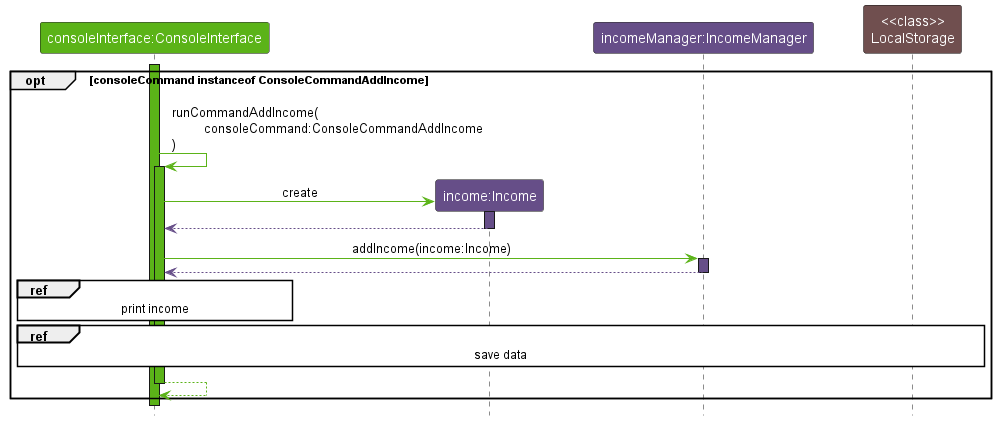
nus-cs2113-AY2223S1/tp keeps this PlantUML diagram as docs/images/ImplementationAddIncome.png. Above is the earlier version. The source it was exported from:
```plantuml
@startuml
!include https://raw.githubusercontent.com/xzynos/tp/branch-Webpage/docs/diagrams/Styles.puml

skinparam sequenceReferenceBackgroundColor #ffffff

Participant "consoleInterface:ConsoleInterface" as consoleInterface USER_INTERFACE_COLOR_1
Participant "income:Income" as income DATA_COLOR_4
Participant "incomeManager:IncomeManager" as incomeManager DATA_COLOR_4
Participant "<<class>>\nLocalStorage" as LocalStorage STORAGE_COLOR_1

activate consoleInterface USER_INTERFACE_COLOR_1

opt consoleCommand instanceof ConsoleCommandAddIncome
    consoleInterface -[USER_INTERFACE_COLOR_1]> consoleInterface : \lrunCommandAddIncome(\n\tconsoleCommand:ConsoleCommandAddIncome\n)
    activate consoleInterface USER_INTERFACE_COLOR_1

    create income

    consoleInterface -[USER_INTERFACE_COLOR_1]> income : create
    activate income DATA_COLOR_4

    income --[DATA_COLOR_4]> consoleInterface
    deactivate income

    consoleInterface -[USER_INTERFACE_COLOR_1]> incomeManager : addIncome(income:Income)
    activate incomeManager DATA_COLOR_4

    incomeManager --[DATA_COLOR_4]> consoleInterface
    deactivate incomeManager

    ref over consoleInterface: print income

    ref over consoleInterface, incomeManager, LocalStorage: save data

    consoleInterface --[USER_INTERFACE_COLOR_1]> consoleInterface
    deactivate consoleInterface
end

deactivate consoleInterface
@enduml
```
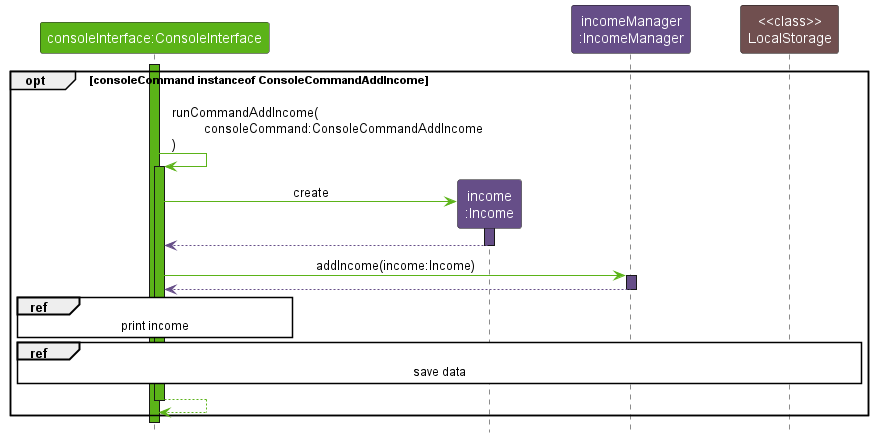
Above is the later version.

Diff of the diagram source:
```diff
@@ -4,8 +4,8 @@
 skinparam sequenceReferenceBackgroundColor #ffffff
 
 Participant "consoleInterface:ConsoleInterface" as consoleInterface USER_INTERFACE_COLOR_1
-Participant "income:Income" as income DATA_COLOR_4
-Participant "incomeManager:IncomeManager" as incomeManager DATA_COLOR_4
+Participant "income\n:Income" as income DATA_COLOR_4
+Participant "incomeManager\n:IncomeManager" as incomeManager DATA_COLOR_4
 Participant "<<class>>\nLocalStorage" as LocalStorage STORAGE_COLOR_1
 
 activate consoleInterface USER_INTERFACE_COLOR_1
```
